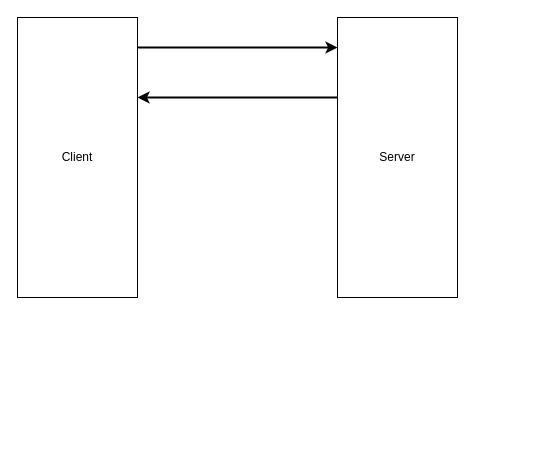
Before: src/Problem-4-OAuth2-Flow/Question 4 Template.drawio in eDavidT/topodot.technical-interview-problems, a draw.io diagram. Source tidied: cells renumbered, new cells numbered last; positions are measured from the earlier drawing's top-left corner, leaving out a move shared by most shapes. Both pictures are drawn from the tidied source at 100%, with x=0, y=0 at pixel (17, 17).
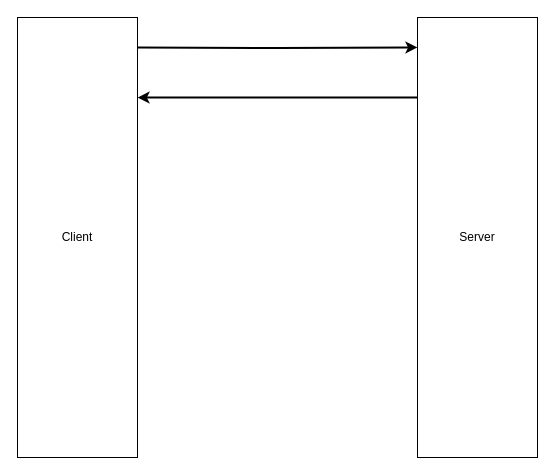
The same page after the edit.

Change to the diagram source:
```diff
@@
 <mxGraphModel>
   <root>
     <mxCell id="0" />
     <mxCell id="1" parent="0" />
-    <mxCell id="2" style="edgeStyle=orthogonalEdgeStyle;rounded=0;orthogonalLoop=1;jettySize=auto;html=1;exitX=1;exitY=0.25;exitDx=0;exitDy=0;entryX=0;entryY=0.25;entryDx=0;entryDy=0;strokeWidth=2;" parent="1" edge="1">
+    <mxCell id="2" style="edgeStyle=orthogonalEdgeStyle;rounded=0;jettySize=auto;html=1;exitX=1;exitY=0.25;exitDx=0;exitDy=0;entryX=0;entryY=0.068;entryDx=0;entryDy=0;strokeWidth=2;entryPerimeter=0;" parent="1" edge="1" target="4">
       <mxGeometry relative="1" as="geometry">
         <mxPoint x="120" y="30" as="sourcePoint" />
-        <mxPoint x="320" y="30" as="targetPoint" />
       </mxGeometry>
     </mxCell>
     <mxCell id="3" value="Client" style="rounded=0;whiteSpace=wrap;html=1;" parent="1" vertex="1">
-      <mxGeometry width="120" height="280" as="geometry" />
+      <mxGeometry width="120" height="440" as="geometry" />
     </mxCell>
     <mxCell id="4" value="Server" style="rounded=0;whiteSpace=wrap;html=1;" parent="1" vertex="1">
-      <mxGeometry x="320" width="120" height="280" as="geometry" />
+      <mxGeometry x="400" width="120" height="440" as="geometry" />
     </mxCell>
-    <mxCell id="5" style="edgeStyle=orthogonalEdgeStyle;rounded=0;orthogonalLoop=1;jettySize=auto;html=1;exitX=1;exitY=0.25;exitDx=0;exitDy=0;entryX=0;entryY=0.25;entryDx=0;entryDy=0;strokeWidth=2;startArrow=classic;startFill=1;endArrow=none;endFill=0;" parent="1" edge="1">
+    <mxCell id="5" style="edgeStyle=orthogonalEdgeStyle;rounded=0;jettySize=auto;html=1;exitX=1;exitY=0.182;exitDx=0;exitDy=0;strokeWidth=2;startArrow=classic;startFill=1;endArrow=none;endFill=0;exitPerimeter=0;" parent="1" edge="1" source="3">
       <mxGeometry relative="1" as="geometry">
-        <mxPoint x="120" y="80" as="sourcePoint" />
-        <mxPoint x="320" y="80" as="targetPoint" />
+        <mxPoint x="400" y="80" as="targetPoint" />
       </mxGeometry>
     </mxCell>
   </root>
 </mxGraphModel>
```
